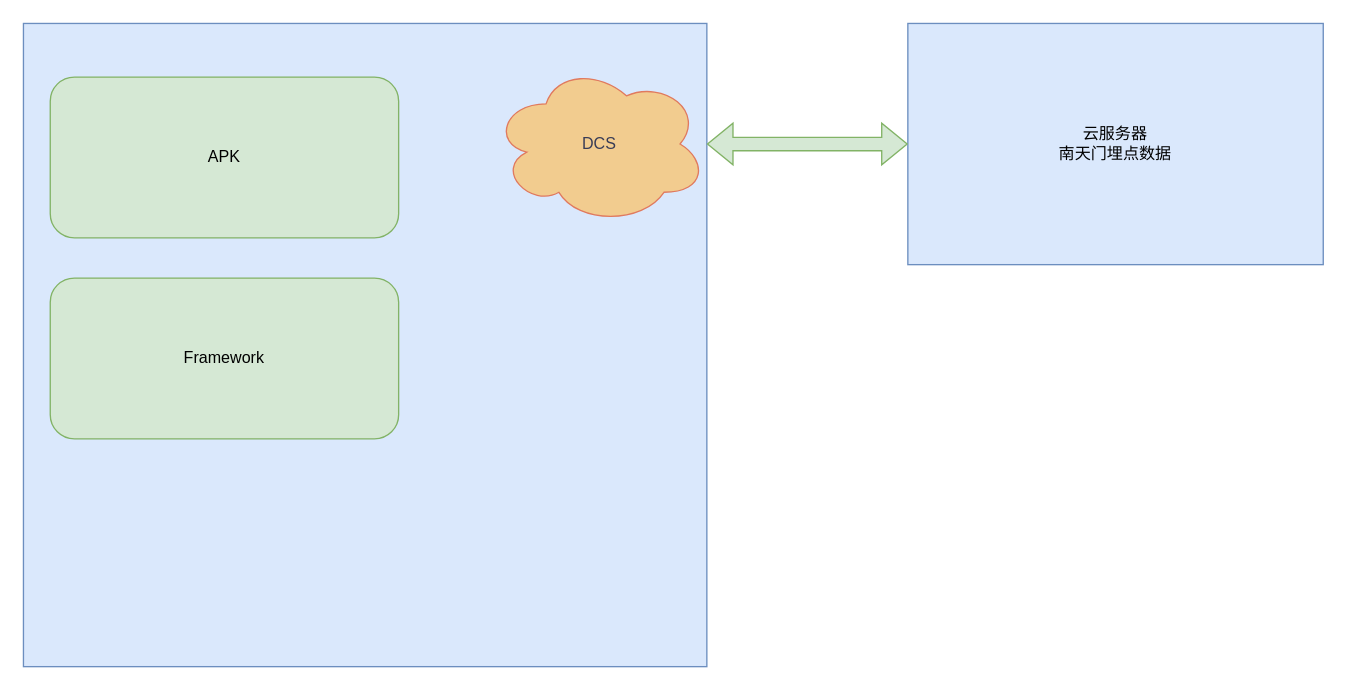
The draw.io diagram 防窜货埋点.drawio in yangzetuoyuan/yangzetuoyuan.github.io, before the edit. Source tidied: cells renumbered, new cells numbered last; positions are measured from the earlier drawing's top-left corner, leaving out a move shared by most shapes. Both pictures are drawn from the tidied source at 134%, with x=0, y=0 at pixel (23, 23).
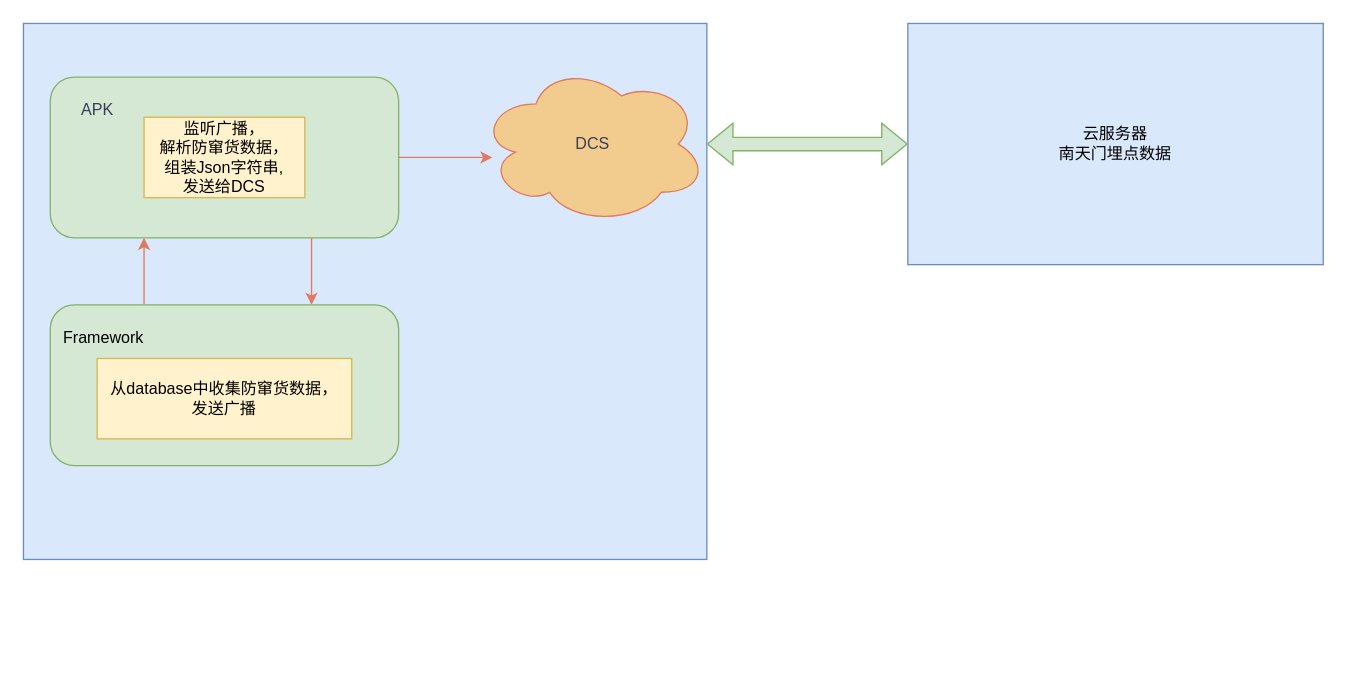
The same page after the edit.

Commit message (it also covers changes not shown here):
更新防窜货埋点.drawio

Change to the diagram source:
```diff
@@
 <mxGraphModel>
   <root>
     <mxCell id="0" />
     <mxCell id="1" parent="0" />
     <mxCell id="2" style="rounded=0;whiteSpace=wrap;html=1;fillColor=#dae8fc;strokeColor=#6c8ebf;labelBackgroundColor=none;" parent="1" vertex="1">
-      <mxGeometry width="510" height="480" as="geometry" />
+      <mxGeometry width="510" height="400" as="geometry" />
     </mxCell>
     <mxCell id="3" value="云服务器&lt;div&gt;南天门埋点数据&lt;/div&gt;" style="rounded=0;whiteSpace=wrap;html=1;fillColor=#dae8fc;strokeColor=#6c8ebf;labelBackgroundColor=none;" parent="1" vertex="1">
       <mxGeometry x="660" width="310" height="180" as="geometry" />
     </mxCell>
+    <mxCell id="8" style="edgeStyle=orthogonalEdgeStyle;rounded=0;jettySize=auto;html=1;exitX=0.75;exitY=1;exitDx=0;exitDy=0;entryX=0.75;entryY=0;entryDx=0;entryDy=0;strokeColor=#E07A5F;fontColor=#393C56;fillColor=#F2CC8F;" parent="1" edge="1" source="4" target="5">
+      <mxGeometry relative="1" as="geometry" />
+    </mxCell>
-    <mxCell id="4" value="APK" style="rounded=1;whiteSpace=wrap;html=1;strokeColor=#82b366;fillColor=#d5e8d4;" parent="1" vertex="1">
+    <mxCell id="4" value="&lt;div style=&quot;text-align: justify;&quot;&gt;&lt;br&gt;&lt;/div&gt;" style="rounded=1;whiteSpace=wrap;html=1;strokeColor=#82b366;fillColor=#d5e8d4;align=left;" parent="1" vertex="1">
       <mxGeometry x="20" y="40" width="260" height="120" as="geometry" />
     </mxCell>
+    <mxCell id="9" style="edgeStyle=orthogonalEdgeStyle;rounded=0;jettySize=auto;html=1;strokeColor=#E07A5F;fontColor=#393C56;fillColor=#F2CC8F;" parent="1" edge="1" source="5" target="4">
+      <mxGeometry relative="1" as="geometry">
+        <Array as="points">
+          <mxPoint x="90" y="180" />
+          <mxPoint x="90" y="180" />
+        </Array>
+      </mxGeometry>
+    </mxCell>
-    <mxCell id="5" value="Framework" style="rounded=1;whiteSpace=wrap;html=1;strokeColor=#82b366;fillColor=#d5e8d4;" parent="1" vertex="1">
-      <mxGeometry x="20" y="190" width="260" height="120" as="geometry" />
+    <mxCell id="5" style="rounded=1;whiteSpace=wrap;html=1;strokeColor=#82b366;fillColor=#d5e8d4;" parent="1" vertex="1">
+      <mxGeometry x="20" y="210" width="260" height="120" as="geometry" />
     </mxCell>
     <mxCell id="6" value="DCS" style="ellipse;shape=cloud;whiteSpace=wrap;html=1;strokeColor=#E07A5F;fontColor=#393C56;fillColor=#F2CC8F;" parent="1" vertex="1">
-      <mxGeometry x="350" y="30" width="160" height="120" as="geometry" />
+      <mxGeometry x="340" y="30" width="170" height="120" as="geometry" />
     </mxCell>
     <mxCell id="7" style="shape=flexArrow;endArrow=classic;startArrow=classic;html=1;rounded=0;strokeColor=#82b366;fontColor=#393C56;fillColor=#d5e8d4;entryX=0;entryY=0.5;entryDx=0;entryDy=0;" parent="1" edge="1" target="3">
       <mxGeometry relative="1" as="geometry">
         <mxPoint x="510" y="90" as="sourcePoint" />
       </mxGeometry>
     </mxCell>
+    <mxCell id="10" value="APK" style="text;html=1;align=center;verticalAlign=middle;strokeColor=none;fillColor=none;fontColor=#393C56;" parent="1" vertex="1">
+      <mxGeometry x="30" y="50" width="50" height="30" as="geometry" />
+    </mxCell>
+    <mxCell id="11" value="&lt;span style=&quot;color: rgb(0, 0, 0);&quot;&gt;Framework&lt;/span&gt;" style="text;strokeColor=none;align=center;fillColor=none;html=1;verticalAlign=middle;whiteSpace=wrap;rounded=0;fontColor=#393C56;" parent="1" vertex="1">
+      <mxGeometry x="30" y="220" width="60" height="30" as="geometry" />
+    </mxCell>
+    <mxCell id="12" style="endArrow=classic;html=1;rounded=0;strokeColor=#E07A5F;fontColor=#393C56;fillColor=#F2CC8F;exitX=1;exitY=0.5;exitDx=0;exitDy=0;" parent="1" edge="1" source="4">
+      <mxGeometry relative="1" as="geometry">
+        <mxPoint x="350" y="100" as="targetPoint" />
+      </mxGeometry>
+    </mxCell>
+    <mxCell id="13" value="从database中收集防窜货数据，&lt;div&gt;发送广播&lt;/div&gt;" style="rounded=0;whiteSpace=wrap;html=1;strokeColor=#d6b656;fillColor=#fff2cc;" parent="1" vertex="1">
+      <mxGeometry x="55" y="250" width="190" height="60" as="geometry" />
+    </mxCell>
+    <mxCell id="14" value="监听广播，&lt;div&gt;解析防窜货数据，&lt;/div&gt;&lt;div&gt;组装Json字符串,&lt;/div&gt;&lt;div&gt;发送给DCS&lt;/div&gt;" style="rounded=0;whiteSpace=wrap;html=1;strokeColor=#d6b656;fillColor=#fff2cc;" parent="1" vertex="1">
+      <mxGeometry x="90" y="70" width="120" height="60" as="geometry" />
+    </mxCell>
   </root>
 </mxGraphModel>
```
